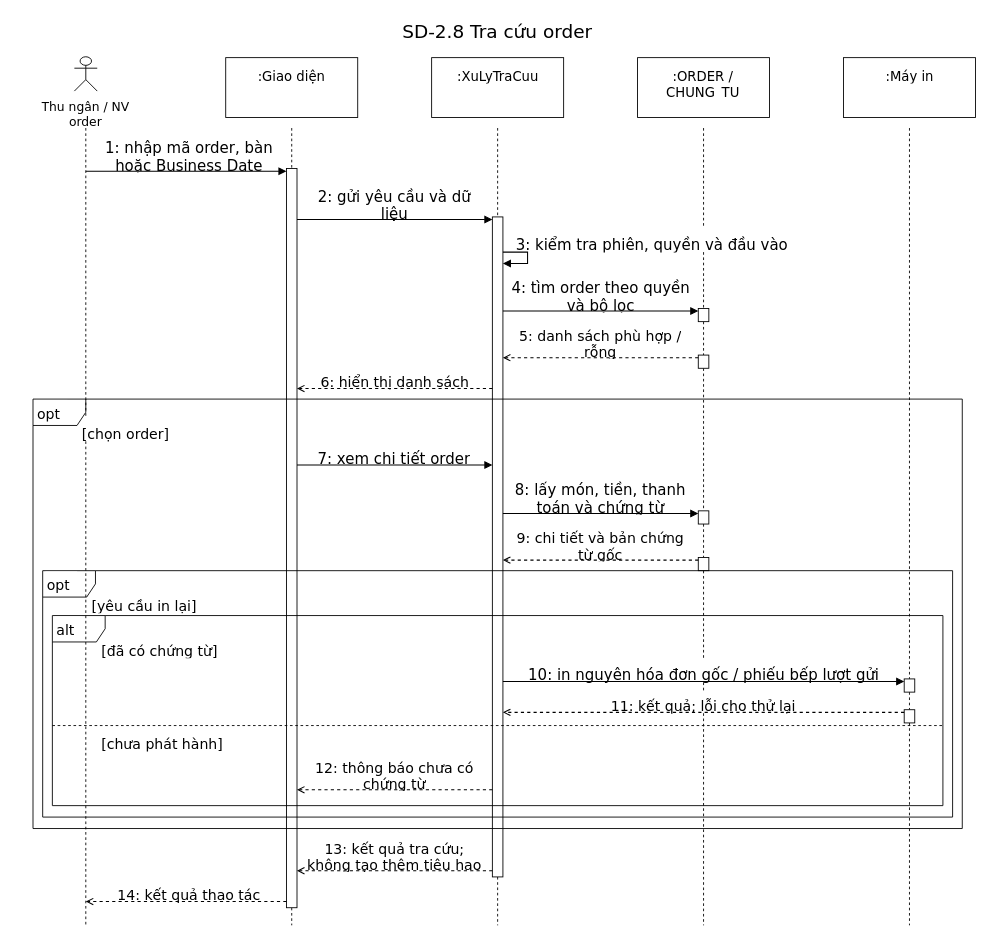
Above: page "SD-2.8. Tra cứu order" (20 of 35) of docs/SequenceDiagram_HeThongQuanLyNhaHang.drawio in nminhzzz/restaurant-management-ai (draw.io), before the change. Source tidied: cells renumbered, new cells numbered last; positions are measured from the earlier drawing's top-left corner, leaving out a move shared by most shapes. Both pictures are drawn from the tidied source at 88%, with x=0, y=0 at pixel (33, 15).
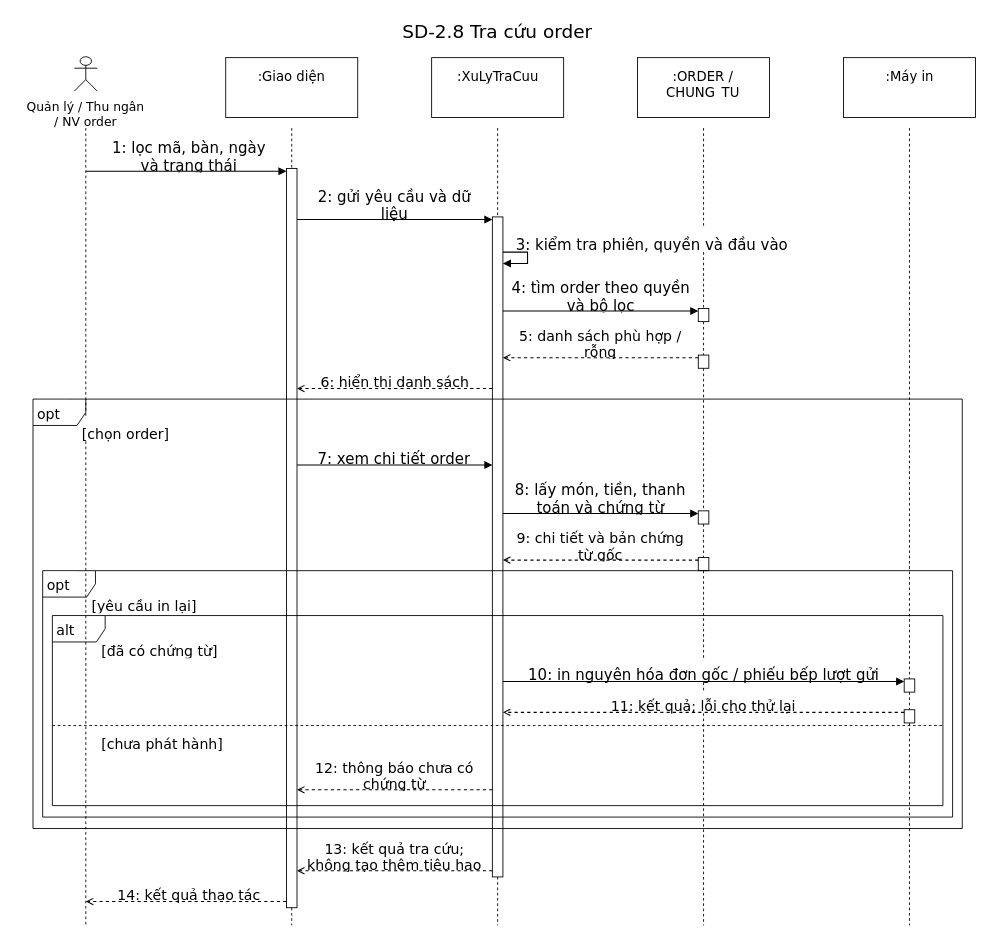
Above is the later version.

The edit, as a diff of the source:
```diff
@@
-    <mxCell id="4" value="Thu ngân / NV&#10;order" style="text;html=0;align=center;verticalAlign=top;whiteSpace=wrap;overflow=hidden;fontFamily=DejaVu Sans;fontSize=14;fontColor=#000000;fillColor=#FFFFFF;spacing=2;" parent="1" vertex="1">
-      <mxGeometry x="5.2" y="89" width="109.6" height="36" as="geometry" />
+    <mxCell id="4" value="Quản lý / Thu ngân&#10;/ NV order" style="text;html=0;align=center;verticalAlign=top;whiteSpace=wrap;overflow=hidden;fontFamily=DejaVu Sans;fontSize=14;fontColor=#000000;fillColor=#FFFFFF;spacing=2;" parent="1" vertex="1">
+      <mxGeometry x="-20" y="89" width="160" height="36" as="geometry" />
     </mxCell>
@@
-    <mxCell id="38" value="1: nhập mã order, bàn&#10;hoặc Business Date" style="text;html=0;align=center;verticalAlign=top;whiteSpace=wrap;overflow=hidden;fontFamily=DejaVu Sans;fontSize=17;fontColor=#000000;fillColor=#FFFFFF;spacing=2;" parent="1" vertex="1">
+    <mxCell id="38" value="1: lọc mã, bàn, ngày&#10;và trạng thái" style="text;html=0;align=center;verticalAlign=top;whiteSpace=wrap;overflow=hidden;fontFamily=DejaVu Sans;fontSize=17;fontColor=#000000;fillColor=#FFFFFF;spacing=2;" parent="1" vertex="1">
       <mxGeometry x="76.7" y="134" width="200.7" height="42" as="geometry" />
     </mxCell>
```
